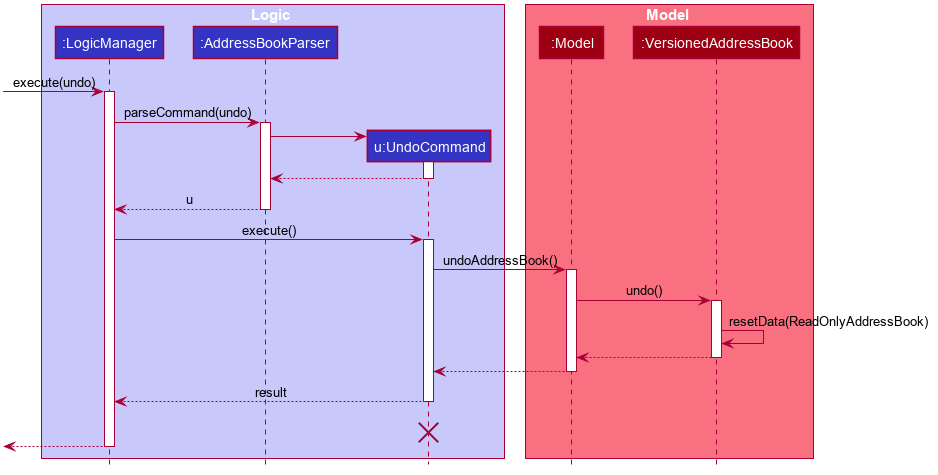
This is docs/images/UndoSequenceDiagram.png from nus-cs2103-AY1920S2/addressbook-level3, a PlantUML export, as it was before one commit.
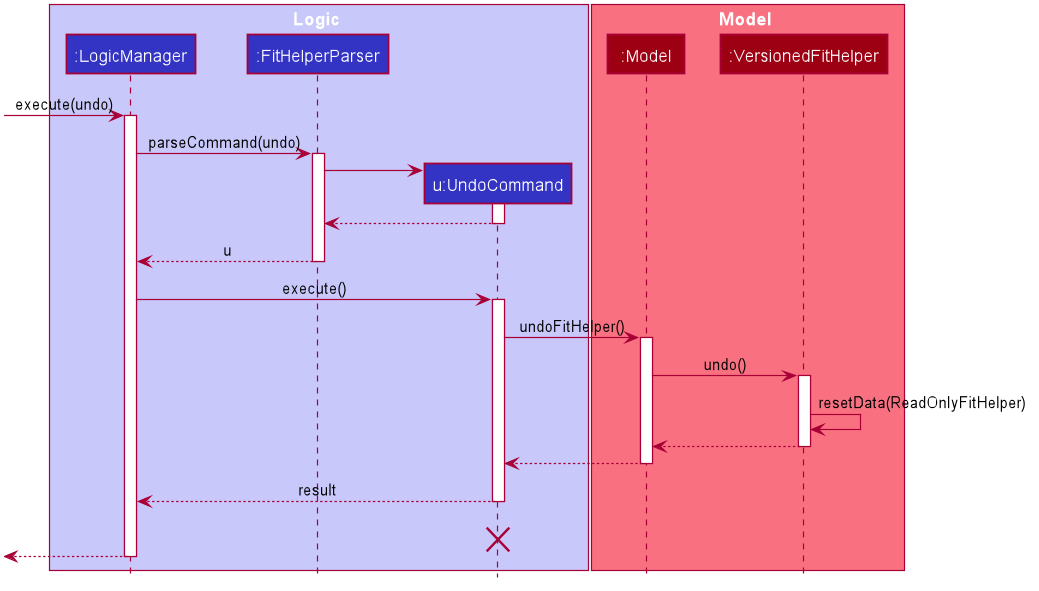
Later version of the same file.

What changed in the source:
```diff
@@ -50,42 +50,42 @@
 
 box Logic #C8C8FA
 participant ":LogicManager" as LogicManager #3333C4
-participant ":AddressBookParser" as AddressBookParser #3333C4
+participant ":FitHelperParser" as FitHelperParser #3333C4
 participant "u:UndoCommand" as UndoCommand #3333C4
 end box
 
 box Model #F97181
 participant ":Model" as Model #9D0012
-participant ":VersionedAddressBook" as VersionedAddressBook #9D0012
+participant ":VersionedFitHelper" as VersionedFitHelper #9D0012
 end box
 [-> LogicManager : execute(undo)
 activate LogicManager
 
-LogicManager -> AddressBookParser : parseCommand(undo)
-activate AddressBookParser
+LogicManager -> FitHelperParser : parseCommand(undo)
+activate FitHelperParser
 
 create UndoCommand
-AddressBookParser -> UndoCommand
+FitHelperParser -> UndoCommand
 activate UndoCommand
 
-UndoCommand --> AddressBookParser
+UndoCommand --> FitHelperParser
 deactivate UndoCommand
 
-AddressBookParser --> LogicManager : u
-deactivate AddressBookParser
+FitHelperParser --> LogicManager : u
+deactivate FitHelperParser
 
 LogicManager -> UndoCommand : execute()
 activate UndoCommand
 
-UndoCommand -> Model : undoAddressBook()
+UndoCommand -> Model : undoFitHelper()
 activate Model
 
-Model -> VersionedAddressBook : undo()
-activate VersionedAddressBook
+Model -> VersionedFitHelper : undo()
+activate VersionedFitHelper
 
-VersionedAddressBook -> VersionedAddressBook :resetData(ReadOnlyAddressBook)
-VersionedAddressBook --> Model :
-deactivate VersionedAddressBook
+VersionedFitHelper -> VersionedFitHelper :resetData(ReadOnlyFitHelper)
+VersionedFitHelper --> Model :
+deactivate VersionedFitHelper
 
 Model --> UndoCommand
 deactivate Model
```
